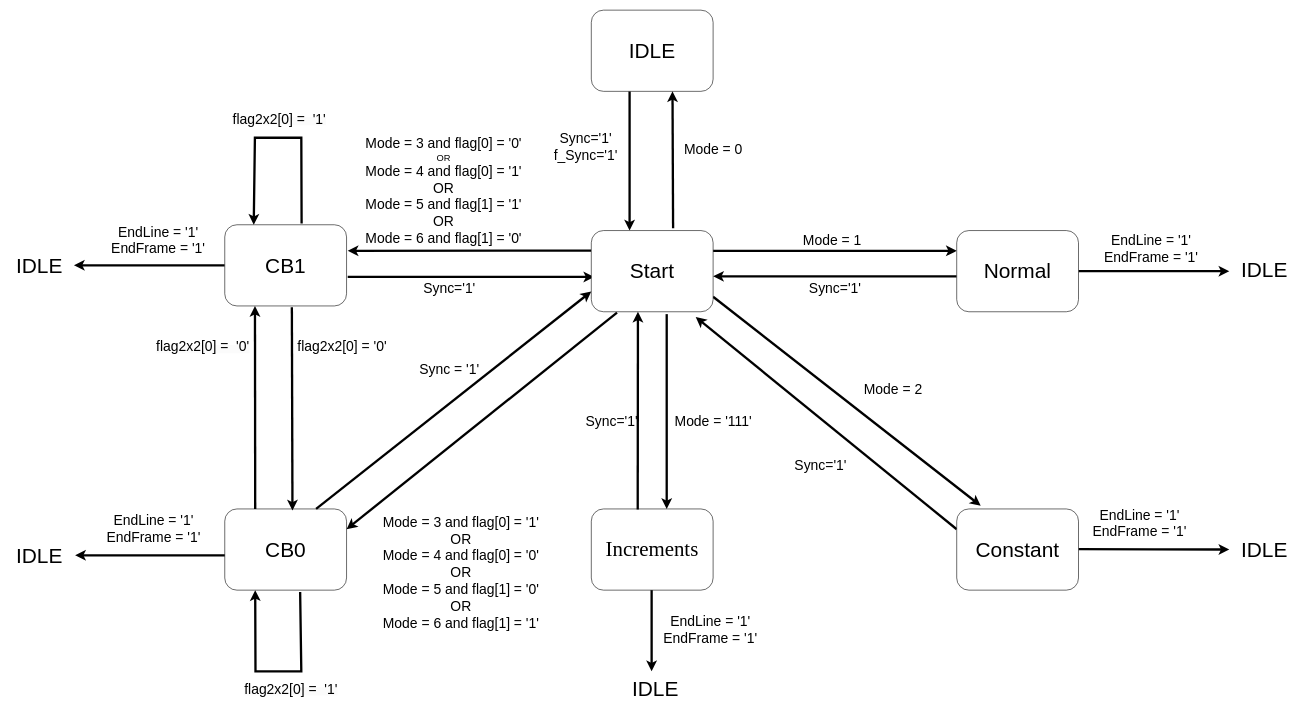
The draw.io diagram Diagrams/State_Machine.drawio in sabarioded/Patterns_Project, before the edit. Source tidied: cells renumbered, new cells numbered last; positions are measured from the earlier drawing's top-left corner, leaving out a move shared by most shapes. Both pictures are drawn from the tidied source at 58%, with x=0, y=0 at pixel (10, 10).
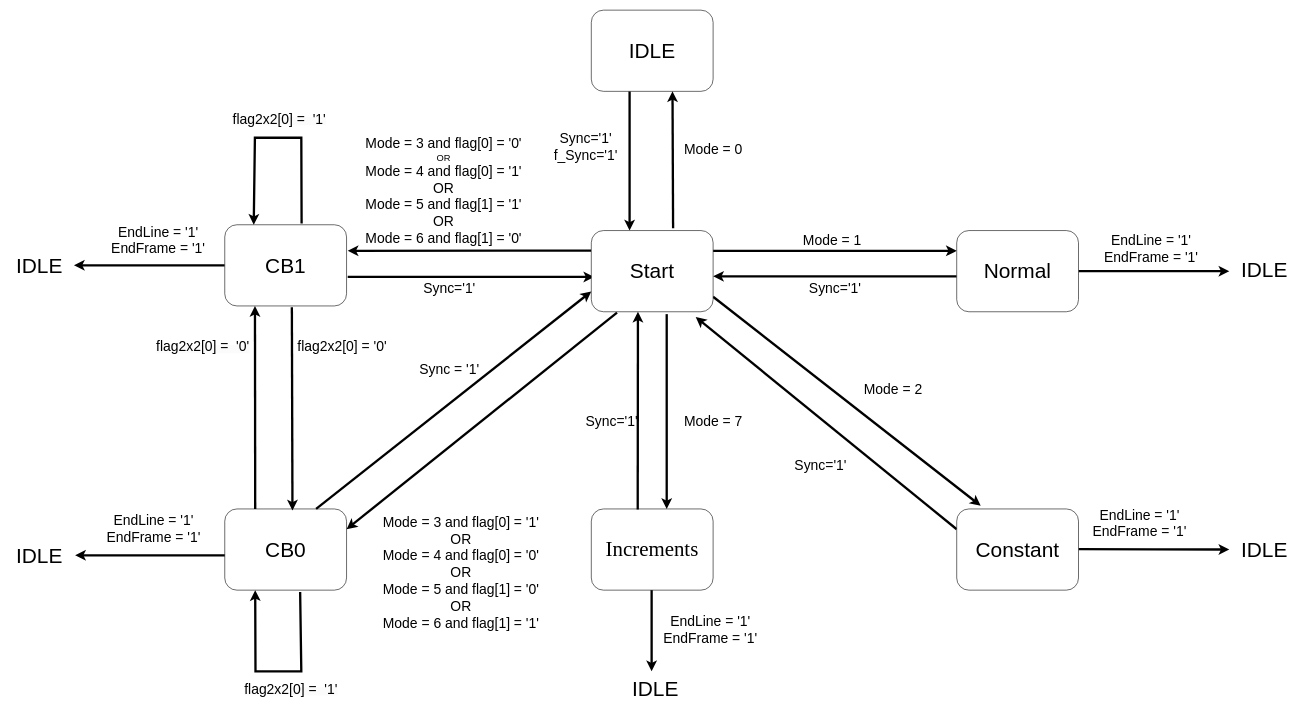
Above is the later version.

The edit, as a diff of the source:
```diff
@@
-    <mxCell id="11" value="&lt;div&gt;&lt;span style=&quot;font-size: 24px;&quot;&gt;Mode = '111'&lt;/span&gt;&lt;/div&gt;" style="text;html=1;align=center;verticalAlign=middle;strokeColor=none;fillColor=none;rotation=0;" parent="1" vertex="1">
-      <mxGeometry x="1132" y="690" width="160" height="40" as="geometry" />
+    <mxCell id="11" value="&lt;div&gt;&lt;span style=&quot;font-size: 24px;&quot;&gt;Mode = 7&lt;/span&gt;&lt;/div&gt;" style="text;html=1;align=center;verticalAlign=middle;strokeColor=none;fillColor=none;rotation=0;" parent="1" vertex="1">
+      <mxGeometry x="1152" y="690" width="120" height="40" as="geometry" />
     </mxCell>
```
